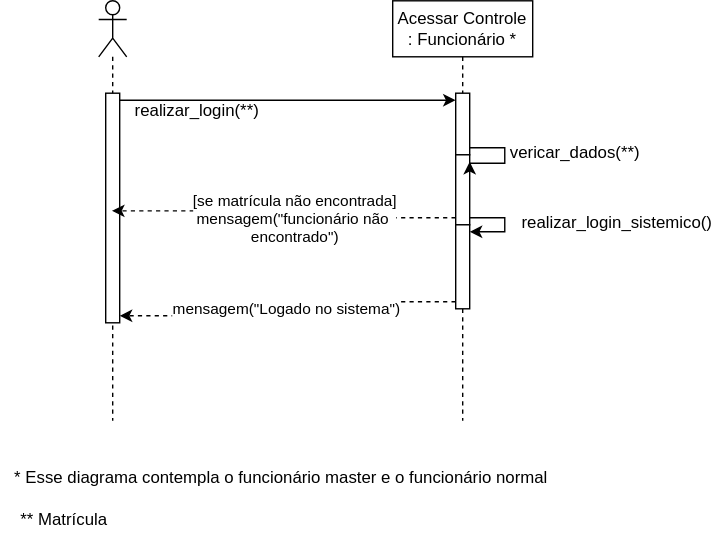
Before: Diagrama-Sequencia/diagrama_1.svg, a diagram exported from draw.io (wholocked1/Projeto-2-modelagem). Source tidied: cells renumbered, new cells last; positions are measured from the earlier drawing's top-left corner, leaving out a move shared by most shapes.
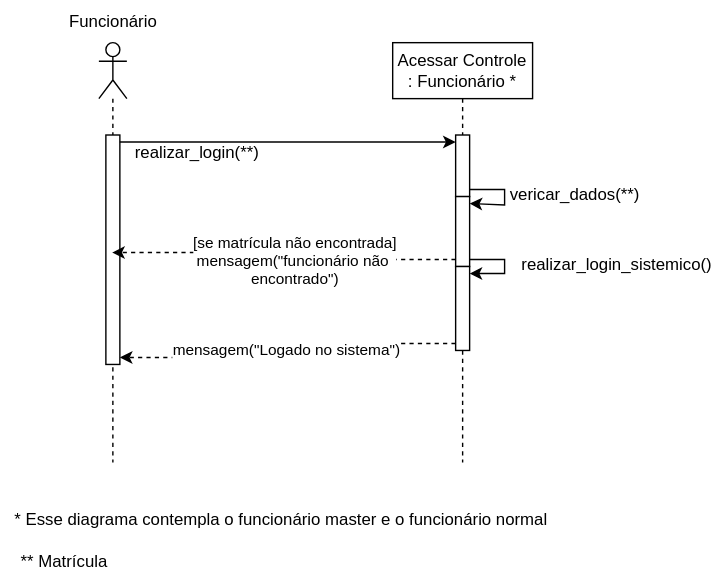
After the change.

The edit, as a diff of the source:
```diff
@@ -67,5 +67,8 @@
     <mxCell id="19" value="mensagem(&quot;Logado no sistema&quot;)" style="edgeLabel;html=1;align=center;verticalAlign=middle;" parent="18" vertex="1">
       <mxGeometry x="-0.01" y="-2" relative="1" as="geometry" />
     </mxCell>
+    <mxCell id="20" value="Funcionário" style="text;html=1;align=center;verticalAlign=middle;strokeColor=none;fillColor=none;" parent="1" vertex="1">
+      <mxGeometry x="35" y="-30" width="90" height="30" as="geometry" />
+    </mxCell>
   </root>
 </mxGraphModel>
```
